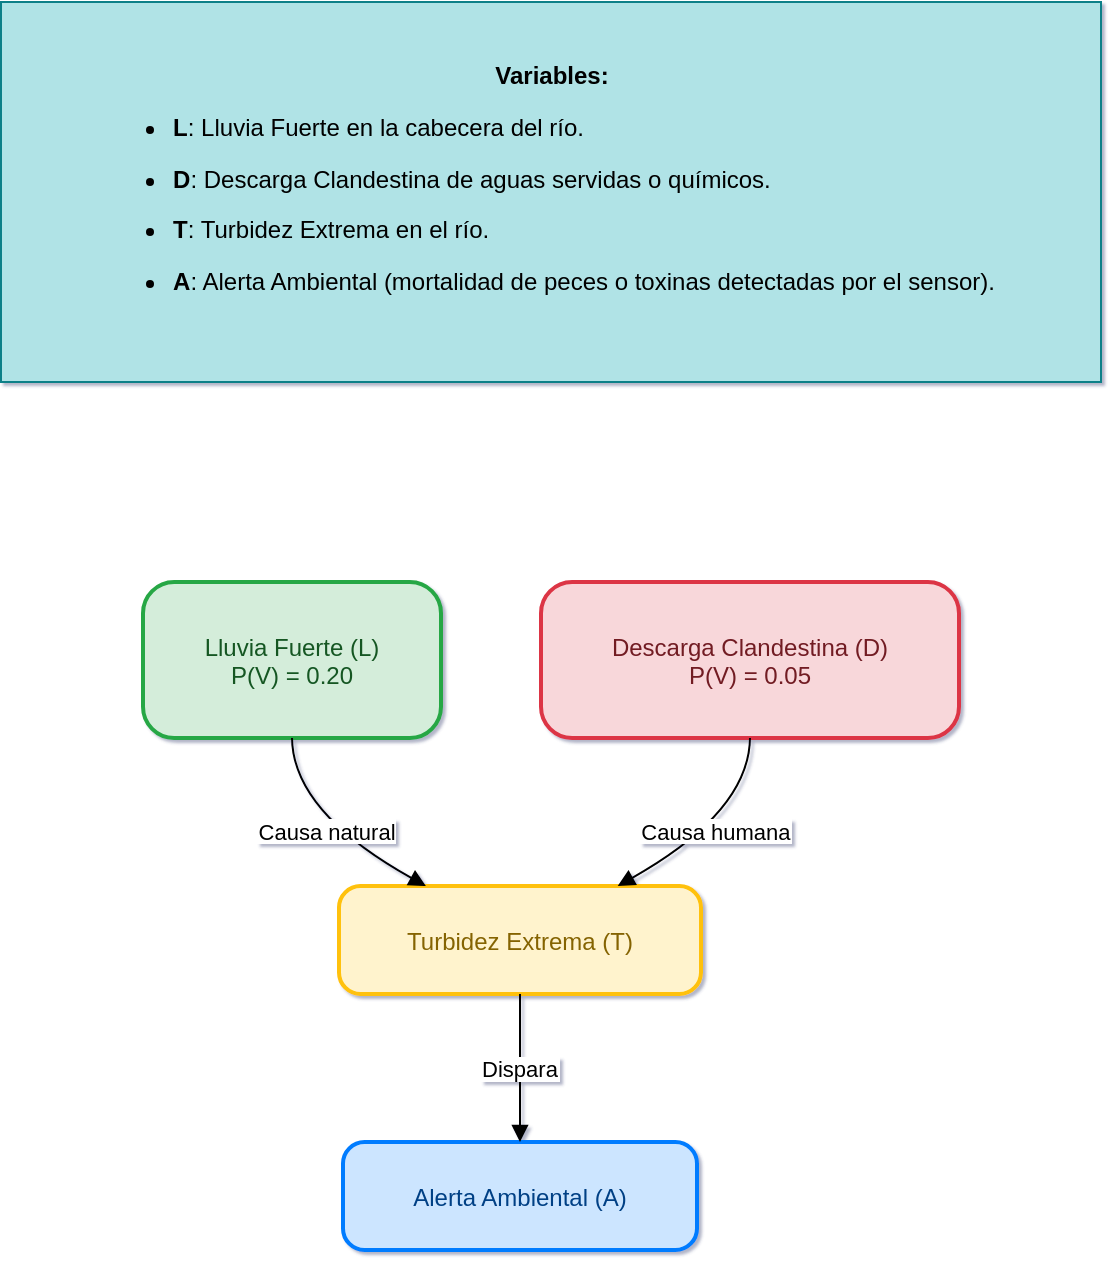
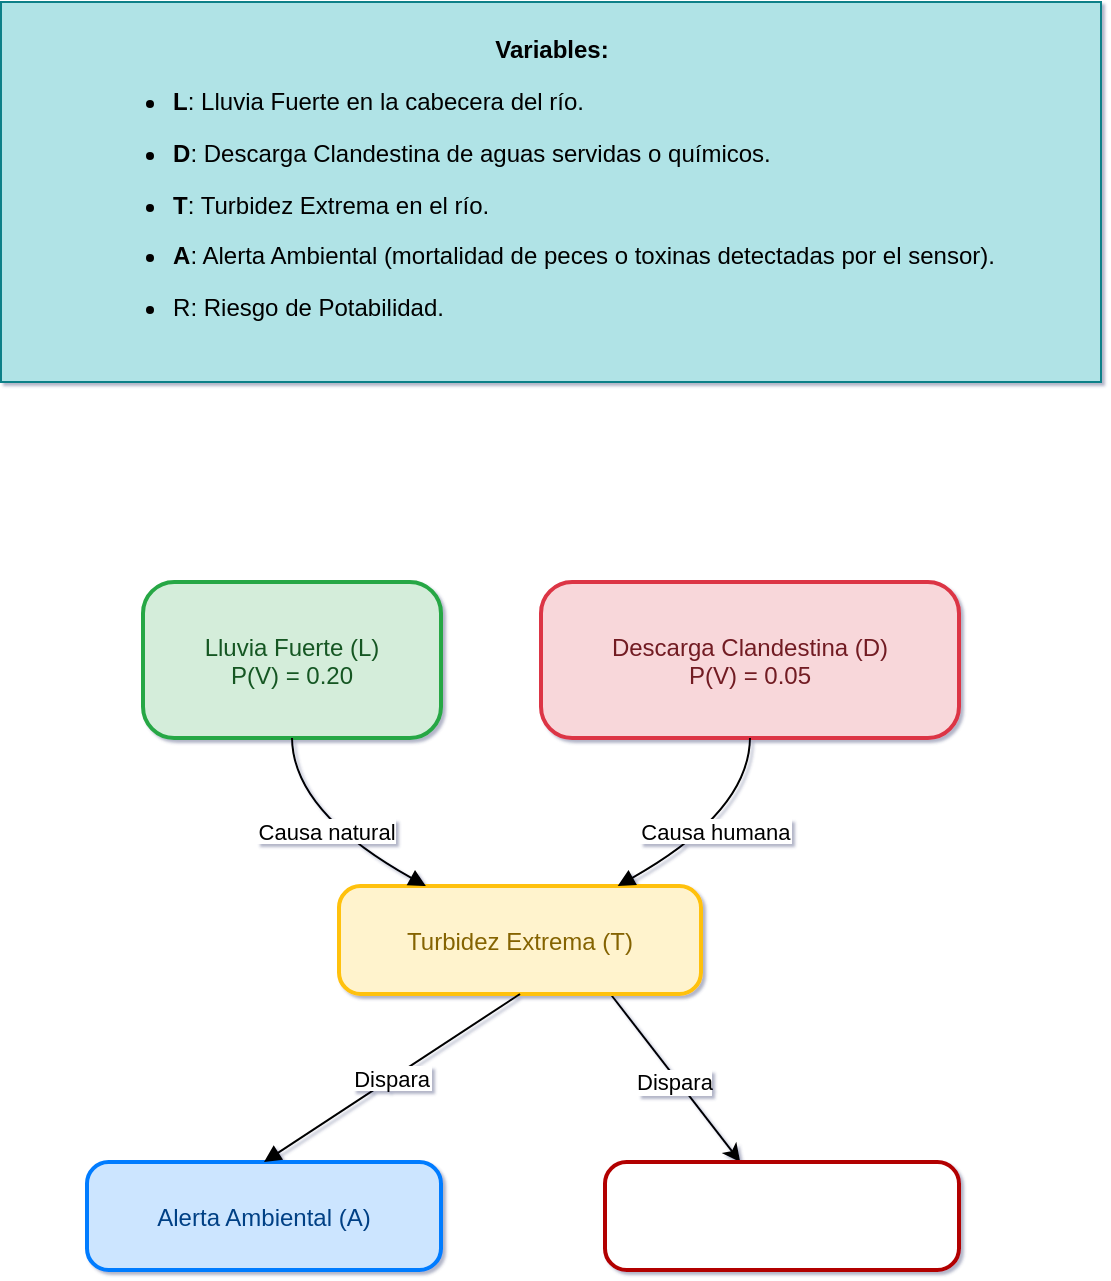
<mxfile host="app.diagrams.net">
  <diagram name="Página-1" id="kOEMGRsN1cEDvYvbGF89">
-     <mxGraphModel dx="1141" dy="631" grid="1" gridSize="10" guides="1" tooltips="1" connect="1" arrows="1" fold="1" page="1" pageScale="1" pageWidth="827" pageHeight="1169" background="none" math="0" shadow="1">
+     <mxGraphModel dx="1423" dy="757" grid="1" gridSize="10" guides="1" tooltips="1" connect="1" arrows="1" fold="1" page="1" pageScale="1" pageWidth="827" pageHeight="1169" background="none" math="0" shadow="1">
      <root>
        <mxCell id="0" />
        <mxCell id="1" parent="0" />
        <mxCell id="fEudUeJrQjsvN1pxZa5F-2" parent="1" style="rounded=1;arcSize=20;strokeWidth=2;fillColor=#d4edda;strokeColor=#28a745;fontColor=#155724;" value="Lluvia Fuerte (L)&#xa;P(V) = 0.20" vertex="1">
          <mxGeometry height="78" width="149" x="204.5" y="330" as="geometry" />
        </mxCell>
        <mxCell id="fEudUeJrQjsvN1pxZa5F-3" parent="1" style="rounded=1;arcSize=20;strokeWidth=2;fillColor=#f8d7da;strokeColor=#dc3545;fontColor=#721c24;" value="Descarga Clandestina (D)&#xa;P(V) = 0.05" vertex="1">
          <mxGeometry height="78" width="209" x="403.5" y="330" as="geometry" />
        </mxCell>
+         <mxCell id="f8ZXXeyZ995fm4h3ZRwN-2" edge="1" parent="1" source="fEudUeJrQjsvN1pxZa5F-4" style="rounded=0;orthogonalLoop=1;jettySize=auto;html=1;exitX=0.75;exitY=1;exitDx=0;exitDy=0;" target="f8ZXXeyZ995fm4h3ZRwN-1">
+           <mxGeometry relative="1" as="geometry" />
+         </mxCell>
+         <mxCell id="f8ZXXeyZ995fm4h3ZRwN-3" connectable="0" parent="f8ZXXeyZ995fm4h3ZRwN-2" style="edgeLabel;html=1;align=center;verticalAlign=middle;resizable=0;points=[];" value="Dispara" vertex="1">
+           <mxGeometry relative="1" x="0.0218" y="-2" as="geometry">
+             <mxPoint as="offset" />
+           </mxGeometry>
+         </mxCell>
        <mxCell id="fEudUeJrQjsvN1pxZa5F-4" parent="1" style="rounded=1;arcSize=20;strokeWidth=2;fillColor=#fff3cd;strokeColor=#ffc107;fontColor=#856404;" value="Turbidez Extrema (T)" vertex="1">
          <mxGeometry height="54" width="181" x="302.5" y="482" as="geometry" />
        </mxCell>
        <mxCell id="fEudUeJrQjsvN1pxZa5F-5" parent="1" style="rounded=1;arcSize=20;strokeWidth=2;fillColor=#cce5ff;strokeColor=#007bff;fontColor=#004085;" value="Alerta Ambiental (A)" vertex="1">
-           <mxGeometry height="54" width="177" x="304.5" y="610" as="geometry" />
+           <mxGeometry height="54" width="177" x="176.5" y="620" as="geometry" />
        </mxCell>
        <mxCell id="fEudUeJrQjsvN1pxZa5F-6" edge="1" parent="1" source="fEudUeJrQjsvN1pxZa5F-2" style="curved=1;startArrow=none;endArrow=block;exitX=0.5;exitY=1;entryX=0.24;entryY=0;rounded=0;" target="fEudUeJrQjsvN1pxZa5F-4" value="Causa natural">
          <mxGeometry relative="1" as="geometry">
            <Array as="points">
              <mxPoint x="279.5" y="445" />
            </Array>
          </mxGeometry>
        </mxCell>
        <mxCell id="fEudUeJrQjsvN1pxZa5F-7" edge="1" parent="1" source="fEudUeJrQjsvN1pxZa5F-3" style="curved=1;startArrow=none;endArrow=block;exitX=0.5;exitY=1;entryX=0.77;entryY=0;rounded=0;" target="fEudUeJrQjsvN1pxZa5F-4" value="Causa humana">
          <mxGeometry relative="1" as="geometry">
            <Array as="points">
              <mxPoint x="507.5" y="445" />
            </Array>
          </mxGeometry>
        </mxCell>
        <mxCell id="fEudUeJrQjsvN1pxZa5F-8" edge="1" parent="1" source="fEudUeJrQjsvN1pxZa5F-4" style="curved=1;startArrow=none;endArrow=block;exitX=0.5;exitY=1;entryX=0.5;entryY=0;rounded=0;" target="fEudUeJrQjsvN1pxZa5F-5" value="Dispara">
          <mxGeometry relative="1" as="geometry">
            <Array as="points" />
          </mxGeometry>
        </mxCell>
-         <mxCell id="fEudUeJrQjsvN1pxZa5F-9" parent="1" style="rounded=0;whiteSpace=wrap;html=1;fillColor=#b0e3e6;strokeColor=#0e8088;" value="&lt;p data-path-to-node=&quot;8&quot; style=&quot;font-family: &amp;quot;Google Sans Text&amp;quot;, sans-serif !important; line-height: 1.15 !important; margin-top: 0px !important;&quot;&gt;&lt;b data-path-to-node=&quot;8&quot; data-index-in-node=&quot;0&quot; style=&quot;line-height: 1.15 !important; margin-top: 0px !important;&quot;&gt;Variables:&lt;/b&gt;&lt;/p&gt;&lt;ul data-path-to-node=&quot;9&quot; style=&quot;padding-inline-start: 32px; font-family: &amp;quot;Google Sans Text&amp;quot;, sans-serif !important; line-height: 1.15 !important; margin-top: 0px !important;&quot;&gt;&lt;li style=&quot;line-height: 1.15 !important; margin-top: 0px !important;&quot;&gt;&lt;p data-path-to-node=&quot;9,0,0&quot; style=&quot;text-align: left; line-height: 1.15 !important; margin-top: 0px !important;&quot;&gt;&lt;b data-path-to-node=&quot;9,0,0&quot; data-index-in-node=&quot;0&quot; style=&quot;line-height: 1.15 !important; margin-top: 0px !important;&quot;&gt;L&lt;/b&gt;: Lluvia Fuerte en la cabecera del río.&lt;/p&gt;&lt;/li&gt;&lt;li style=&quot;line-height: 1.15 !important; margin-top: 0px !important;&quot;&gt;&lt;p data-path-to-node=&quot;9,1,0&quot; style=&quot;text-align: left; line-height: 1.15 !important; margin-top: 0px !important;&quot;&gt;&lt;b data-path-to-node=&quot;9,1,0&quot; data-index-in-node=&quot;0&quot; style=&quot;line-height: 1.15 !important; margin-top: 0px !important;&quot;&gt;D&lt;/b&gt;: Descarga Clandestina de aguas servidas o químicos.&lt;/p&gt;&lt;/li&gt;&lt;li style=&quot;line-height: 1.15 !important; margin-top: 0px !important;&quot;&gt;&lt;p data-path-to-node=&quot;9,2,0&quot; style=&quot;text-align: left; line-height: 1.15 !important; margin-top: 0px !important;&quot;&gt;&lt;b data-path-to-node=&quot;9,2,0&quot; data-index-in-node=&quot;0&quot; style=&quot;line-height: 1.15 !important; margin-top: 0px !important;&quot;&gt;T&lt;/b&gt;: Turbidez Extrema en el río.&lt;/p&gt;&lt;/li&gt;&lt;li style=&quot;line-height: 1.15 !important; margin-top: 0px !important;&quot;&gt;&lt;p data-path-to-node=&quot;9,3,0&quot; style=&quot;text-align: left; line-height: 1.15 !important; margin-top: 0px !important;&quot;&gt;&lt;b data-path-to-node=&quot;9,3,0&quot; data-index-in-node=&quot;0&quot; style=&quot;line-height: 1.15 !important; margin-top: 0px !important;&quot;&gt;A&lt;/b&gt;: Alerta Ambiental (mortalidad de peces o toxinas detectadas por el sensor).&lt;/p&gt;&lt;/li&gt;&lt;/ul&gt;" vertex="1">
+         <mxCell id="fEudUeJrQjsvN1pxZa5F-9" parent="1" style="rounded=0;whiteSpace=wrap;html=1;fillColor=#b0e3e6;strokeColor=#0e8088;" value="&lt;p data-path-to-node=&quot;8&quot; style=&quot;font-family: &amp;quot;Google Sans Text&amp;quot;, sans-serif !important; line-height: 1.15 !important; margin-top: 0px !important;&quot;&gt;&lt;b data-path-to-node=&quot;8&quot; data-index-in-node=&quot;0&quot; style=&quot;line-height: 1.15 !important; margin-top: 0px !important;&quot;&gt;Variables:&lt;/b&gt;&lt;/p&gt;&lt;ul data-path-to-node=&quot;9&quot; style=&quot;padding-inline-start: 32px; font-family: &amp;quot;Google Sans Text&amp;quot;, sans-serif !important; line-height: 1.15 !important; margin-top: 0px !important;&quot;&gt;&lt;li style=&quot;line-height: 1.15 !important; margin-top: 0px !important;&quot;&gt;&lt;p data-path-to-node=&quot;9,0,0&quot; style=&quot;text-align: left; line-height: 1.15 !important; margin-top: 0px !important;&quot;&gt;&lt;b data-path-to-node=&quot;9,0,0&quot; data-index-in-node=&quot;0&quot; style=&quot;line-height: 1.15 !important; margin-top: 0px !important;&quot;&gt;L&lt;/b&gt;: Lluvia Fuerte en la cabecera del río.&lt;/p&gt;&lt;/li&gt;&lt;li style=&quot;line-height: 1.15 !important; margin-top: 0px !important;&quot;&gt;&lt;p data-path-to-node=&quot;9,1,0&quot; style=&quot;text-align: left; line-height: 1.15 !important; margin-top: 0px !important;&quot;&gt;&lt;b data-path-to-node=&quot;9,1,0&quot; data-index-in-node=&quot;0&quot; style=&quot;line-height: 1.15 !important; margin-top: 0px !important;&quot;&gt;D&lt;/b&gt;: Descarga Clandestina de aguas servidas o químicos.&lt;/p&gt;&lt;/li&gt;&lt;li style=&quot;line-height: 1.15 !important; margin-top: 0px !important;&quot;&gt;&lt;p data-path-to-node=&quot;9,2,0&quot; style=&quot;text-align: left; line-height: 1.15 !important; margin-top: 0px !important;&quot;&gt;&lt;b data-path-to-node=&quot;9,2,0&quot; data-index-in-node=&quot;0&quot; style=&quot;line-height: 1.15 !important; margin-top: 0px !important;&quot;&gt;T&lt;/b&gt;: Turbidez Extrema en el río.&lt;/p&gt;&lt;/li&gt;&lt;li style=&quot;line-height: 1.15 !important; margin-top: 0px !important;&quot;&gt;&lt;p data-path-to-node=&quot;9,3,0&quot; style=&quot;text-align: left; line-height: 1.15 !important; margin-top: 0px !important;&quot;&gt;&lt;b data-path-to-node=&quot;9,3,0&quot; data-index-in-node=&quot;0&quot; style=&quot;line-height: 1.15 !important; margin-top: 0px !important;&quot;&gt;A&lt;/b&gt;: Alerta Ambiental (mortalidad de peces o toxinas detectadas por el sensor).&lt;/p&gt;&lt;/li&gt;&lt;li style=&quot;line-height: 1.15 !important; margin-top: 0px !important;&quot;&gt;&lt;p data-path-to-node=&quot;9,3,0&quot; style=&quot;text-align: left; line-height: 1.15 !important; margin-top: 0px !important;&quot;&gt;R: Riesgo de Potabilidad.&lt;/p&gt;&lt;/li&gt;&lt;/ul&gt;" vertex="1">
          <mxGeometry height="190" width="550" x="133.5" y="40" as="geometry" />
+         </mxCell>
+         <mxCell id="f8ZXXeyZ995fm4h3ZRwN-1" parent="1" style="rounded=1;arcSize=20;strokeWidth=2;fillColor=light-dark(#FFFFFF,#FF3333);strokeColor=#B20000;fontColor=#ffffff;gradientColor=none;" value="Riesgo de Potabilidad (R)" vertex="1">
+           <mxGeometry height="54" width="177" x="435.5" y="620" as="geometry" />
        </mxCell>
      </root>
    </mxGraphModel>
  </diagram>
</mxfile>
